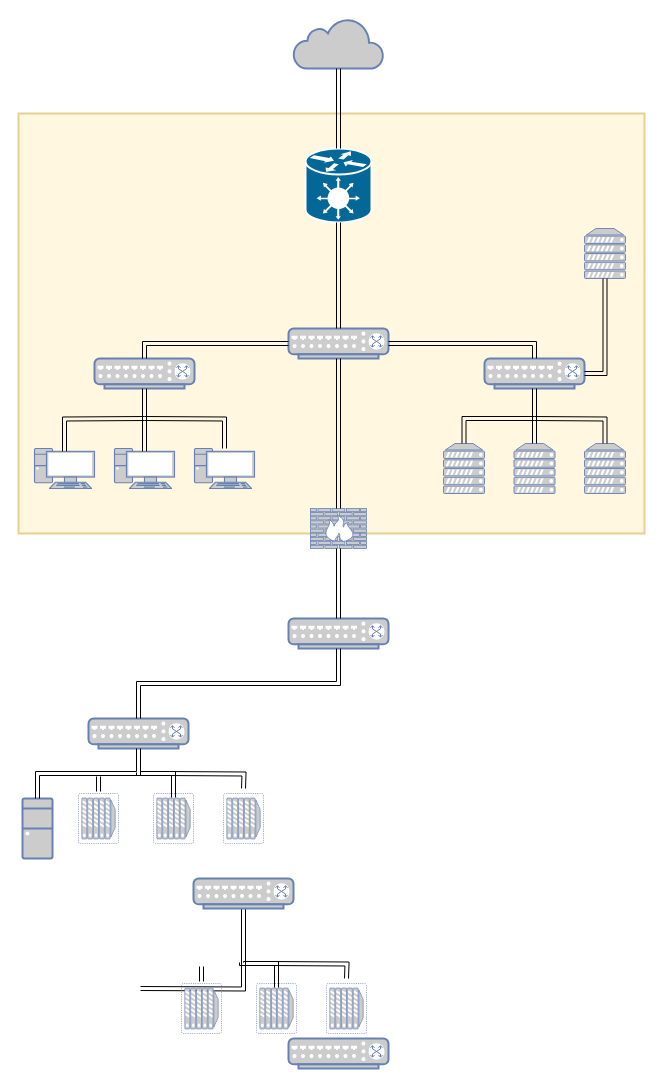
The draw.io diagram images/logical.drawio in cphannan/diagrams, before the edit. Source tidied: cells renumbered, new cells numbered last; positions are measured from the earlier drawing's top-left corner, leaving out a move shared by most shapes. Both pictures are drawn from the tidied source at 100%, with x=0, y=0 at pixel (18, 18).
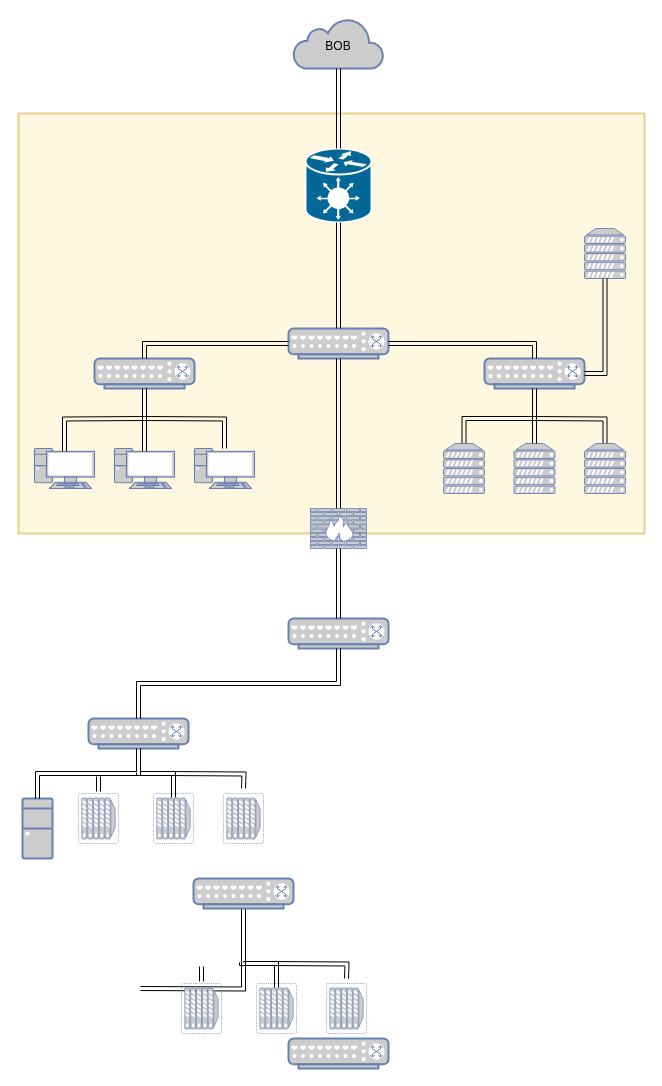
Above is the later version.

The edit, as a diff of the source:
```diff
@@
+    <mxCell id="49" value="BOB" style="text;html=1;strokeColor=none;fillColor=none;align=center;verticalAlign=middle;whiteSpace=wrap;rounded=0;" parent="1" vertex="1">
+      <mxGeometry x="290" y="13" width="60" height="30" as="geometry" />
+    </mxCell>
```
